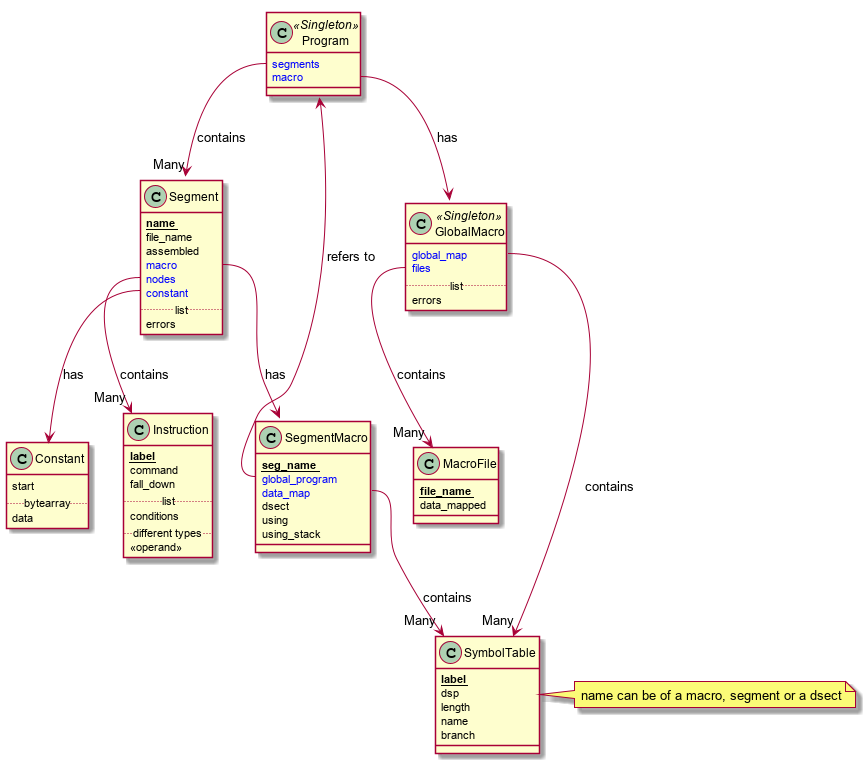
Earlier version of the PlantUML export documentation/High_level_class_design.png (crazynayan/tpf1). Source of this version:
```plantuml
@startuml


class Program <<Singleton>> {
    <color:blue>segments</color>
    <color:blue>macro</color>
}

class GlobalMacro <<Singleton>> {
    <color:blue>global_map</color>
    <color:blue>files</color>
    .. list ..
    errors
}

class SymbolTable {
    <b><u>label</u></b>
    dsp
    length
    name
    branch
}
note right
    name can be of a macro, segment or a dsect
end note

class Segment {
    <b><u>name</u></b>
    file_name
    assembled
    <color:blue>macro</color>
    <color:blue>nodes</color>
    <color:blue>constant</color>
    .. list ..
    errors
}

class SegmentMacro {
    <b><u>seg_name</u></b>
    <color:blue>global_program</color>
    <color:blue>data_map</color>
    dsect
    using
    using_stack
}

class MacroFile {
    <b><u>file_name</u></b>
    data_mapped
}

class Constant {
    start
    .. bytearray ..
    data
}

class Instruction {
    <b><u>label</u></b>
    command
    fall_down
    .. list ..
    conditions
    .. different types..
    <<operand>>
}
Program::macro  -->  GlobalMacro : has
Program::segments  --> "Many" Segment : contains
GlobalMacro::global_map --> "Many" SymbolTable : contains
Segment::macro  -->  SegmentMacro : has
SegmentMacro::global_program --> Program : refers to
SegmentMacro::data_map  --> "Many" SymbolTable : contains
GlobalMacro::files  --> "Many" MacroFile : contains
Segment::constant --> Constant : has
Segment::nodes --> "Many" Instruction : contains

@enduml
```
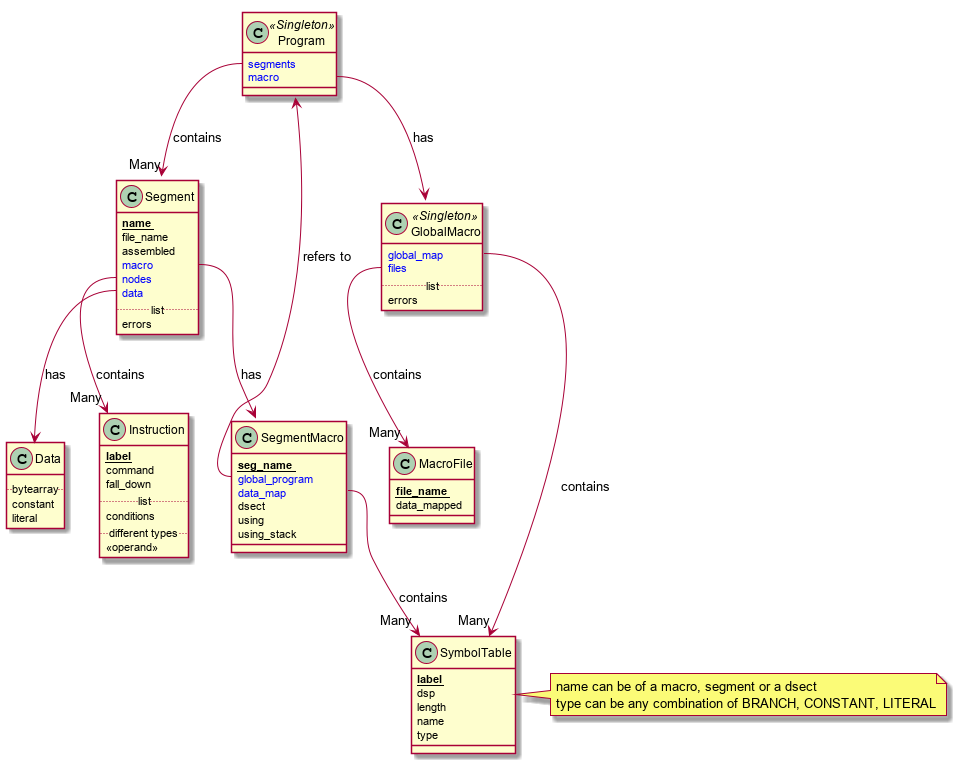
After the change.

Diff of the diagram source:
```diff
@@ -18,10 +18,11 @@
     dsp
     length
     name
-    branch
+    type
 }
 note right
     name can be of a macro, segment or a dsect
+    type can be any combination of BRANCH, CONSTANT, LITERAL
 end note
 
 class Segment {
@@ -30,7 +31,7 @@
     assembled
     <color:blue>macro</color>
     <color:blue>nodes</color>
-    <color:blue>constant</color>
+    <color:blue>data</color>
     .. list ..
     errors
 }
@@ -49,10 +50,10 @@
     data_mapped
 }
 
-class Constant {
-    start
+class Data {
     .. bytearray ..
-    data
+    constant
+    literal
 }
 
 class Instruction {
@@ -71,7 +72,7 @@
 SegmentMacro::global_program --> Program : refers to
 SegmentMacro::data_map  --> "Many" SymbolTable : contains
 GlobalMacro::files  --> "Many" MacroFile : contains
-Segment::constant --> Constant : has
+Segment::data --> Data : has
 Segment::nodes --> "Many" Instruction : contains
 
 @enduml
```
